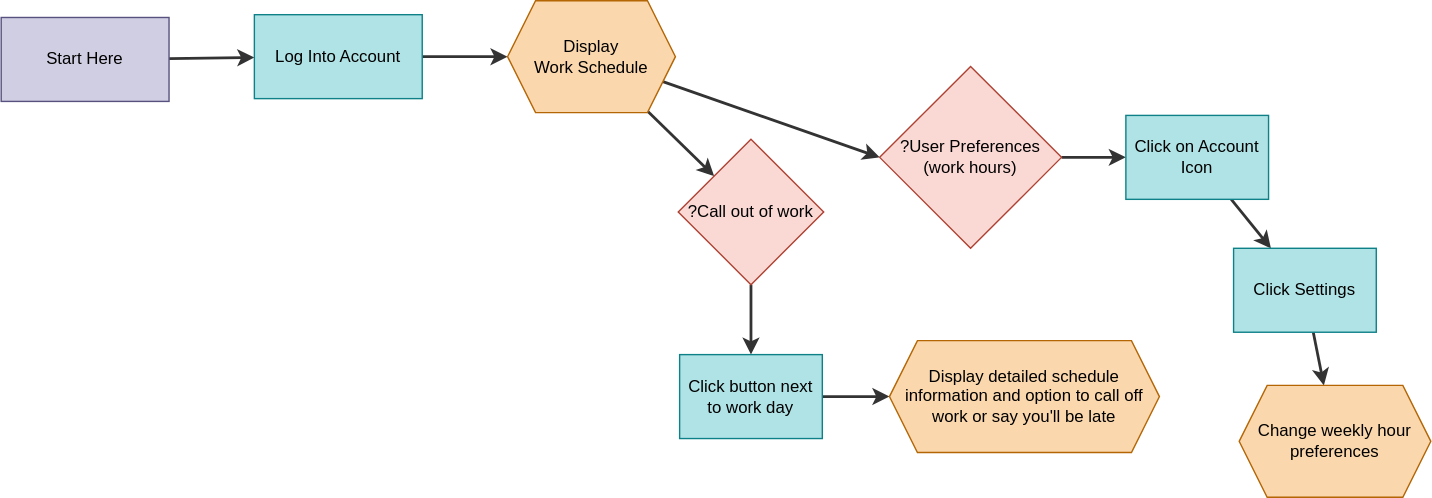
This is applicationflow.drawio.svg from TheRyanMajd/CrewSync-userflow, a draw.io export, as it was before one commit. Source tidied: cells renumbered, new cells last; positions are measured from the earlier drawing's top-left corner, leaving out a move shared by most shapes.
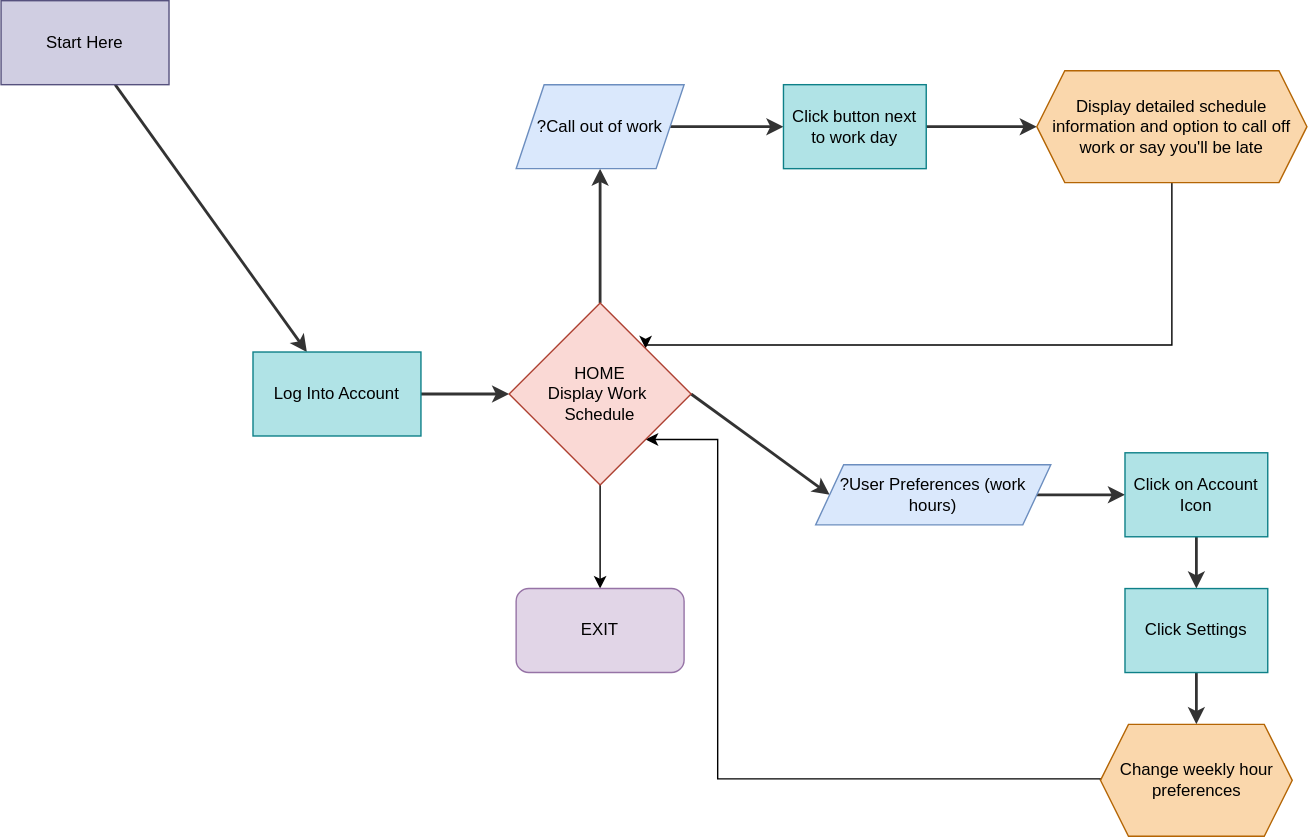
Above is the later version.

Commit message:
appjourneyw/exit

The edit, as a diff of the source:
```diff
@@ -8,56 +8,78 @@
     <mxCell id="3" value="&lt;font color=&quot;#000000&quot;&gt;Start Here&lt;/font&gt;" style="rounded=0;whiteSpace=wrap;html=1;fillColor=#d0cee2;strokeColor=#56517e;" parent="1" vertex="1">
       <mxGeometry y="12" width="120" height="60" as="geometry" />
     </mxCell>
-    <mxCell id="4" style="edgeStyle=none;html=1;entryX=0;entryY=0.5;entryDx=0;entryDy=0;fontColor=#000000;strokeWidth=2;strokeColor=#333333;" parent="1" edge="1" source="5" target="8">
+    <mxCell id="4" style="edgeStyle=none;html=1;entryX=0;entryY=0.5;entryDx=0;entryDy=0;fontColor=#000000;strokeWidth=2;strokeColor=#333333;" parent="1" edge="1" source="5" target="24">
       <mxGeometry relative="1" as="geometry" />
     </mxCell>
     <mxCell id="5" value="&lt;font color=&quot;#000000&quot;&gt;Log Into Account&lt;/font&gt;" style="rounded=0;whiteSpace=wrap;html=1;fillColor=#b0e3e6;strokeColor=#0e8088;" parent="1" vertex="1">
-      <mxGeometry x="181" y="10" width="120" height="60" as="geometry" />
+      <mxGeometry x="180" y="263" width="120" height="60" as="geometry" />
     </mxCell>
-    <mxCell id="6" style="edgeStyle=none;html=1;strokeColor=#333333;strokeWidth=2;fontColor=#000000;" parent="1" edge="1" source="8" target="10">
+    <mxCell id="6" style="edgeStyle=none;html=1;strokeColor=#333333;strokeWidth=2;fontColor=#000000;exitX=0.5;exitY=0;exitDx=0;exitDy=0;entryX=0.5;entryY=1;entryDx=0;entryDy=0;" parent="1" edge="1" source="24" target="10">
       <mxGeometry relative="1" as="geometry" />
     </mxCell>
-    <mxCell id="7" style="edgeStyle=none;html=1;entryX=0;entryY=0.5;entryDx=0;entryDy=0;strokeColor=#333333;strokeWidth=2;fontColor=#000000;" parent="1" edge="1" source="8" target="15">
+    <mxCell id="7" style="edgeStyle=none;html=1;entryX=0;entryY=0.5;entryDx=0;entryDy=0;strokeColor=#333333;strokeWidth=2;fontColor=#000000;exitX=1;exitY=0.5;exitDx=0;exitDy=0;" parent="1" edge="1" source="24" target="15">
       <mxGeometry relative="1" as="geometry" />
     </mxCell>
-    <mxCell id="8" value="&lt;font color=&quot;#000000&quot;&gt;Display&lt;br&gt;Work Schedule&lt;br&gt;&lt;/font&gt;" style="shape=hexagon;perimeter=hexagonPerimeter2;whiteSpace=wrap;html=1;fixedSize=1;fillColor=#fad7ac;strokeColor=#b46504;" parent="1" vertex="1">
-      <mxGeometry x="362" width="120" height="80" as="geometry" />
-    </mxCell>
-    <mxCell id="9" style="edgeStyle=none;html=1;exitX=0.5;exitY=1;exitDx=0;exitDy=0;entryX=0.5;entryY=0;entryDx=0;entryDy=0;strokeColor=#333333;strokeWidth=2;fontColor=#000000;" parent="1" edge="1" source="10" target="12">
+    <mxCell id="9" style="edgeStyle=none;html=1;exitX=1;exitY=0.5;exitDx=0;exitDy=0;entryX=0;entryY=0.5;entryDx=0;entryDy=0;strokeColor=#333333;strokeWidth=2;fontColor=#000000;" parent="1" edge="1" source="10" target="12">
       <mxGeometry relative="1" as="geometry" />
     </mxCell>
-    <mxCell id="10" value="&lt;font color=&quot;#000000&quot;&gt;?Call out of work&lt;/font&gt;" style="rhombus;whiteSpace=wrap;html=1;fillColor=#fad9d5;strokeColor=#ae4132;" parent="1" vertex="1">
-      <mxGeometry x="484" y="99" width="104" height="104" as="geometry" />
-    </mxCell>
     <mxCell id="11" style="edgeStyle=none;html=1;entryX=0;entryY=0.5;entryDx=0;entryDy=0;strokeColor=#333333;strokeWidth=2;fontColor=#000000;" parent="1" edge="1" source="12" target="13">
       <mxGeometry relative="1" as="geometry" />
     </mxCell>
     <mxCell id="12" value="&lt;font color=&quot;#000000&quot;&gt;Click button next to work day&lt;/font&gt;" style="rounded=0;whiteSpace=wrap;html=1;fillColor=#b0e3e6;strokeColor=#0e8088;" parent="1" vertex="1">
-      <mxGeometry x="485" y="253" width="102" height="60" as="geometry" />
+      <mxGeometry x="559" y="72" width="102" height="60" as="geometry" />
     </mxCell>
+    <mxCell id="21" style="edgeStyle=orthogonalEdgeStyle;rounded=0;jettySize=auto;html=1;exitX=0.5;exitY=1;exitDx=0;exitDy=0;entryX=1;entryY=0;entryDx=0;entryDy=0;" parent="1" edge="1" source="13" target="24">
+      <mxGeometry relative="1" as="geometry">
+        <Array as="points">
+          <mxPoint x="837" y="258" />
+          <mxPoint x="461" y="258" />
+        </Array>
+      </mxGeometry>
+    </mxCell>
     <mxCell id="13" value="&lt;font color=&quot;#000000&quot;&gt;Display detailed schedule information and option to call off work or say you'll be late&lt;br&gt;&lt;/font&gt;" style="shape=hexagon;perimeter=hexagonPerimeter2;whiteSpace=wrap;html=1;fixedSize=1;fillColor=#fad7ac;strokeColor=#b46504;" parent="1" vertex="1">
-      <mxGeometry x="635" y="243" width="193" height="80" as="geometry" />
+      <mxGeometry x="740" y="62" width="193" height="80" as="geometry" />
     </mxCell>
-    <mxCell id="14" style="edgeStyle=none;html=1;entryX=0;entryY=0.5;entryDx=0;entryDy=0;strokeColor=#333333;strokeWidth=2;fontColor=#000000;" parent="1" edge="1" source="15" target="17">
+    <mxCell id="14" style="edgeStyle=none;html=1;entryX=0;entryY=0.5;entryDx=0;entryDy=0;strokeColor=#333333;strokeWidth=2;fontColor=#000000;exitX=1;exitY=0.5;exitDx=0;exitDy=0;" parent="1" edge="1" source="15" target="17">
       <mxGeometry relative="1" as="geometry" />
     </mxCell>
-    <mxCell id="15" value="&lt;font color=&quot;#000000&quot;&gt;?User Preferences (work hours)&lt;/font&gt;" style="rhombus;whiteSpace=wrap;html=1;fillColor=#fad9d5;strokeColor=#ae4132;" parent="1" vertex="1">
-      <mxGeometry x="628" y="47" width="130" height="130" as="geometry" />
-    </mxCell>
     <mxCell id="16" style="edgeStyle=none;html=1;strokeColor=#333333;strokeWidth=2;fontColor=#000000;" parent="1" edge="1" source="17" target="19">
       <mxGeometry relative="1" as="geometry" />
     </mxCell>
     <mxCell id="17" value="&lt;font color=&quot;#000000&quot;&gt;Click on Account Icon&lt;/font&gt;" style="rounded=0;whiteSpace=wrap;html=1;fillColor=#b0e3e6;strokeColor=#0e8088;" parent="1" vertex="1">
-      <mxGeometry x="804" y="82" width="102" height="60" as="geometry" />
+      <mxGeometry x="803" y="335" width="102" height="60" as="geometry" />
     </mxCell>
     <mxCell id="18" style="edgeStyle=none;html=1;strokeColor=#333333;strokeWidth=2;fontColor=#000000;" parent="1" edge="1" source="19" target="20">
       <mxGeometry relative="1" as="geometry" />
     </mxCell>
     <mxCell id="19" value="&lt;font color=&quot;#000000&quot;&gt;Click Settings&lt;br&gt;&lt;/font&gt;" style="rounded=0;whiteSpace=wrap;html=1;fillColor=#b0e3e6;strokeColor=#0e8088;labelBackgroundColor=none;fontColor=#000000;" parent="1" vertex="1">
-      <mxGeometry x="881" y="177" width="102" height="60" as="geometry" />
+      <mxGeometry x="803" y="432" width="102" height="60" as="geometry" />
     </mxCell>
+    <mxCell id="22" style="edgeStyle=orthogonalEdgeStyle;rounded=0;jettySize=auto;html=1;exitX=0;exitY=0.5;exitDx=0;exitDy=0;entryX=1;entryY=1;entryDx=0;entryDy=0;" parent="1" edge="1" source="20" target="24">
+      <mxGeometry relative="1" as="geometry">
+        <Array as="points">
+          <mxPoint x="512" y="568" />
+          <mxPoint x="512" y="326" />
+        </Array>
+      </mxGeometry>
+    </mxCell>
     <mxCell id="20" value="&lt;font color=&quot;#000000&quot;&gt;Change weekly hour preferences&lt;br&gt;&lt;/font&gt;" style="shape=hexagon;perimeter=hexagonPerimeter2;whiteSpace=wrap;html=1;fixedSize=1;fillColor=#fad7ac;strokeColor=#b46504;" parent="1" vertex="1">
-      <mxGeometry x="885" y="275" width="137" height="80" as="geometry" />
+      <mxGeometry x="785.5" y="529" width="137" height="80" as="geometry" />
     </mxCell>
+    <mxCell id="23" style="edgeStyle=orthogonalEdgeStyle;rounded=0;jettySize=auto;html=1;" parent="1" edge="1" source="24" target="25">
+      <mxGeometry relative="1" as="geometry" />
+    </mxCell>
+    <mxCell id="24" value="&lt;font color=&quot;#000000&quot;&gt;HOME&lt;/font&gt;&lt;div&gt;&lt;font color=&quot;#000000&quot;&gt;Display Work&amp;nbsp;&lt;/font&gt;&lt;div&gt;&lt;font color=&quot;#000000&quot;&gt;Schedule&lt;/font&gt;&lt;/div&gt;&lt;/div&gt;" style="rhombus;whiteSpace=wrap;html=1;fillColor=#fad9d5;strokeColor=#ae4132;" parent="1" vertex="1">
+      <mxGeometry x="363" y="228" width="130" height="130" as="geometry" />
+    </mxCell>
+    <mxCell id="25" value="EXIT" style="rounded=1;whiteSpace=wrap;html=1;fillColor=#e1d5e7;strokeColor=#9673a6;" parent="1" vertex="1">
+      <mxGeometry x="368" y="432" width="120" height="60" as="geometry" />
+    </mxCell>
+    <mxCell id="10" value="?Call out of work" style="shape=parallelogram;perimeter=parallelogramPerimeter;whiteSpace=wrap;html=1;fixedSize=1;fillColor=#dae8fc;strokeColor=#6c8ebf;" parent="1" vertex="1">
+      <mxGeometry x="368" y="72" width="120" height="60" as="geometry" />
+    </mxCell>
+    <mxCell id="15" value="?User Preferences (work hours)" style="shape=parallelogram;perimeter=parallelogramPerimeter;whiteSpace=wrap;html=1;fixedSize=1;fillColor=#dae8fc;strokeColor=#6c8ebf;" parent="1" vertex="1">
+      <mxGeometry x="582" y="343.5" width="168" height="43" as="geometry" />
+    </mxCell>
   </root>
 </mxGraphModel>
```
